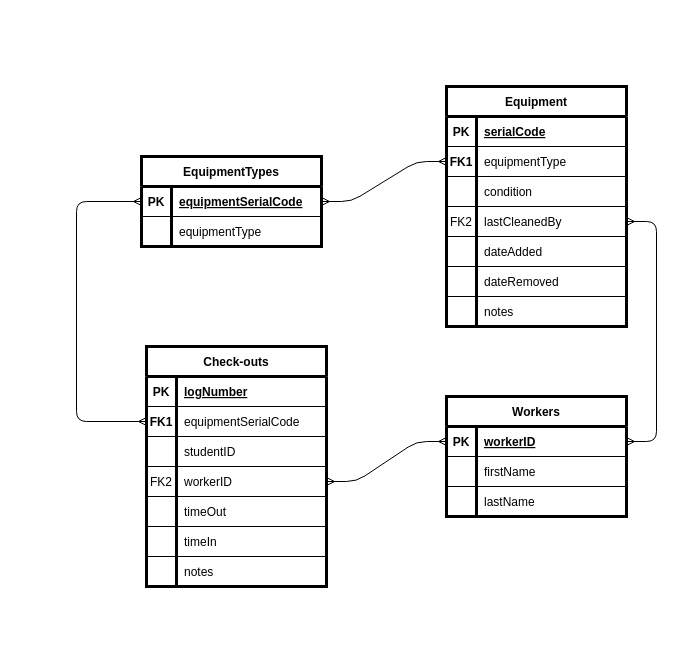
The draw.io diagram Database/databaseSchema.drawio in tdavis422/SeniorProject, before the edit. Source tidied: cells renumbered, new cells numbered last; positions are measured from the earlier drawing's top-left corner, leaving out a move shared by most shapes. Both pictures are drawn from the tidied source at 100%, with x=0, y=0 at pixel (76, 86).
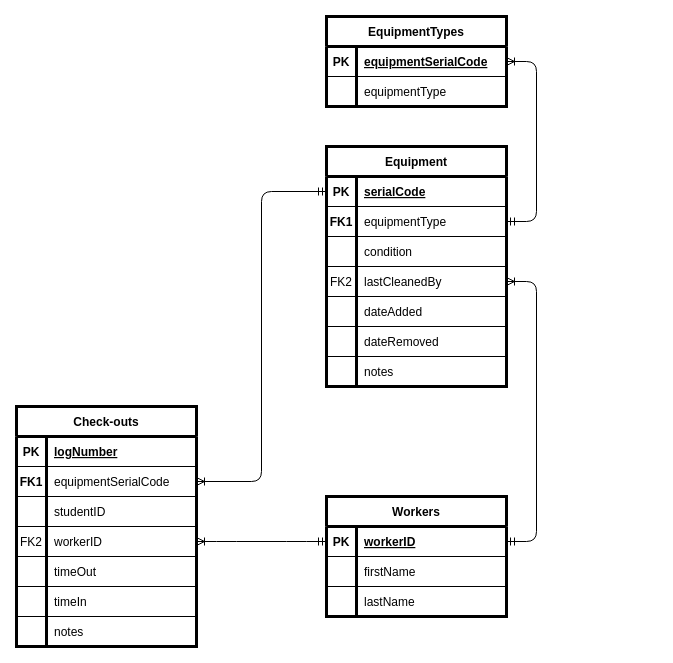
Above is the later version.

Unchanged cells that the change refers to:
```xml
<mxCell id="6" style="shape=partialRectangle;fillColor=none;top=0;left=0;bottom=0;right=0;points=[[0,0.5],[1,0.5]];portConstraint=eastwest;" parent="2" vertex="1">
  <mxGeometry y="60" width="180" height="30" as="geometry" />
</mxCell>
<mxCell id="12" style="shape=partialRectangle;fillColor=none;top=0;left=0;bottom=0;right=0;points=[[0,0.5],[1,0.5]];portConstraint=eastwest;" parent="2" vertex="1">
  <mxGeometry y="120" width="180" height="30" as="geometry" />
</mxCell>
<mxCell id="25" style="shape=partialRectangle;fillColor=none;top=0;left=0;bottom=1;right=0;points=[[0,0.5],[1,0.5]];portConstraint=eastwest;" parent="24" vertex="1">
  <mxGeometry y="30" width="180" height="30" as="geometry" />
</mxCell>
<mxCell id="28" style="shape=partialRectangle;fillColor=none;top=0;left=0;bottom=0;right=0;points=[[0,0.5],[1,0.5]];portConstraint=eastwest;" parent="24" vertex="1">
  <mxGeometry y="60" width="180" height="30" as="geometry" />
</mxCell>
<mxCell id="34" style="shape=partialRectangle;fillColor=none;top=0;left=0;bottom=0;right=0;points=[[0,0.5],[1,0.5]];portConstraint=eastwest;" parent="24" vertex="1">
  <mxGeometry y="120" width="180" height="30" as="geometry" />
</mxCell>
<mxCell id="48" style="shape=partialRectangle;fillColor=none;top=0;left=0;bottom=1;right=0;points=[[0,0.5],[1,0.5]];portConstraint=eastwest;" parent="47" vertex="1">
  <mxGeometry y="30" width="180" height="30" as="geometry" />
</mxCell>
<mxCell id="55" style="shape=partialRectangle;fillColor=none;top=0;left=0;bottom=1;right=0;points=[[0,0.5],[1,0.5]];portConstraint=eastwest;" parent="54" vertex="1">
  <mxGeometry y="30" width="180" height="30" as="geometry" />
</mxCell>
```

Change to the diagram source:
```diff
@@
-    <mxCell id="2" value="Check-outs" style="shape=table;startSize=30;childLayout=tableLayout;rowLines=0;fontStyle=1;align=center;strokeWidth=3;" parent="1" vertex="1">
-      <mxGeometry x="70" y="260" width="180" height="240" as="geometry" />
+    <mxCell id="2" value="Check-outs" style="shape=table;startSize=30;childLayout=tableLayout;rowLines=0;fontStyle=1;align=center;strokeWidth=3;fillColor=none;" parent="1" vertex="1">
+      <mxGeometry x="-60" y="320" width="180" height="240" as="geometry" />
     </mxCell>
@@
-    <mxCell id="24" value="Equipment" style="shape=table;startSize=30;childLayout=tableLayout;rowLines=0;fontStyle=1;align=center;strokeWidth=3;" parent="1" vertex="1">
-      <mxGeometry x="370" width="180" height="240" as="geometry" />
+    <mxCell id="24" value="Equipment" style="shape=table;startSize=30;childLayout=tableLayout;rowLines=0;fontStyle=1;align=center;strokeWidth=3;fillColor=none;" parent="1" vertex="1">
+      <mxGeometry x="250" y="60" width="180" height="240" as="geometry" />
     </mxCell>
@@
     <mxCell id="46" style="shape=partialRectangle;fillColor=none;top=0;left=0;bottom=0;right=0;overflow=hidden;" parent="1" vertex="1">
-      <mxGeometry x="360" y="140" width="30" height="30" as="geometry" />
+      <mxGeometry x="125" y="140" width="30" height="30" as="geometry" />
     </mxCell>
-    <mxCell id="47" value="EquipmentTypes" style="shape=table;startSize=30;childLayout=tableLayout;rowLines=0;fontStyle=1;align=center;shadow=0;strokeColor=#000000;strokeWidth=3;" parent="1" vertex="1">
-      <mxGeometry x="65" y="70" width="180" height="90" as="geometry" />
+    <mxCell id="47" value="EquipmentTypes" style="shape=table;startSize=30;childLayout=tableLayout;rowLines=0;fontStyle=1;align=center;shadow=0;strokeColor=#000000;strokeWidth=3;fillColor=none;" parent="1" vertex="1">
+      <mxGeometry x="250" y="-70" width="180" height="90" as="geometry" />
     </mxCell>
@@
-    <mxCell id="54" value="Workers" style="shape=table;startSize=30;childLayout=tableLayout;rowLines=0;fontStyle=1;align=center;shadow=0;strokeColor=#000000;strokeWidth=3;" parent="1" vertex="1">
-      <mxGeometry x="370" y="310" width="180" height="120" as="geometry" />
+    <mxCell id="54" value="Workers" style="shape=table;startSize=30;childLayout=tableLayout;rowLines=0;fontStyle=1;align=center;shadow=0;strokeColor=#000000;strokeWidth=3;fillColor=none;" parent="1" vertex="1">
+      <mxGeometry x="250" y="410" width="180" height="120" as="geometry" />
     </mxCell>
@@
+    <mxCell id="65" style="edgeStyle=entityRelationEdgeStyle;fontSize=12;html=1;endArrow=ERoneToMany;startArrow=ERmandOne;exitX=0;exitY=0.5;exitDx=0;exitDy=0;entryX=1;entryY=0.5;entryDx=0;entryDy=0;" parent="1" edge="1" source="55" target="12">
+      <mxGeometry relative="1" as="geometry" />
+    </mxCell>
+    <mxCell id="68" style="edgeStyle=entityRelationEdgeStyle;fontSize=12;html=1;endArrow=ERoneToMany;startArrow=ERmandOne;entryX=1;entryY=0.5;entryDx=0;entryDy=0;exitX=1;exitY=0.5;exitDx=0;exitDy=0;" parent="1" edge="1" source="28" target="48">
+      <mxGeometry relative="1" as="geometry" />
+    </mxCell>
-    <mxCell id="64" style="edgeStyle=entityRelationEdgeStyle;fontSize=12;html=1;endArrow=ERmany;startArrow=ERmany;entryX=1;entryY=0.5;entryDx=0;entryDy=0;exitX=1;exitY=0.5;exitDx=0;exitDy=0;" parent="1" edge="1" source="55" target="34">
+    <mxCell id="64" style="edgeStyle=entityRelationEdgeStyle;fontSize=12;html=1;endArrow=ERoneToMany;startArrow=ERmandOne;exitX=1;exitY=0.5;exitDx=0;exitDy=0;entryX=1;entryY=0.5;entryDx=0;entryDy=0;" parent="1" edge="1" source="55" target="34">
       <mxGeometry relative="1" as="geometry" />
     </mxCell>
-    <mxCell id="65" style="edgeStyle=entityRelationEdgeStyle;fontSize=12;html=1;endArrow=ERmany;startArrow=ERmany;exitX=0;exitY=0.5;exitDx=0;exitDy=0;entryX=1;entryY=0.5;entryDx=0;entryDy=0;" parent="1" edge="1" source="55" target="12">
-      <mxGeometry relative="1" as="geometry" />
-    </mxCell>
-    <mxCell id="66" style="edgeStyle=elbowEdgeStyle;fontSize=12;html=1;endArrow=ERmany;startArrow=ERmany;exitX=0;exitY=0.5;exitDx=0;exitDy=0;entryX=0;entryY=0.5;entryDx=0;entryDy=0;" parent="1" edge="1" source="47" target="6">
-      <mxGeometry relative="1" as="geometry">
-        <Array as="points">
-          <mxPoint y="220" />
-        </Array>
-      </mxGeometry>
-    </mxCell>
-    <mxCell id="67" style="edgeStyle=entityRelationEdgeStyle;fontSize=12;html=1;endArrow=ERmany;startArrow=ERmany;exitX=1;exitY=0.5;exitDx=0;exitDy=0;entryX=0;entryY=0.5;entryDx=0;entryDy=0;" parent="1" edge="1" source="47" target="28">
-      <mxGeometry relative="1" as="geometry" />
-    </mxCell>
+    <mxCell id="69" style="edgeStyle=orthogonalEdgeStyle;fontSize=12;html=1;endArrow=ERoneToMany;startArrow=ERmandOne;entryX=1;entryY=0.5;entryDx=0;entryDy=0;exitX=0;exitY=0.5;exitDx=0;exitDy=0;rounded=1;" parent="1" edge="1" source="25" target="6">
+      <mxGeometry relative="1" as="geometry" />
+    </mxCell>
```
